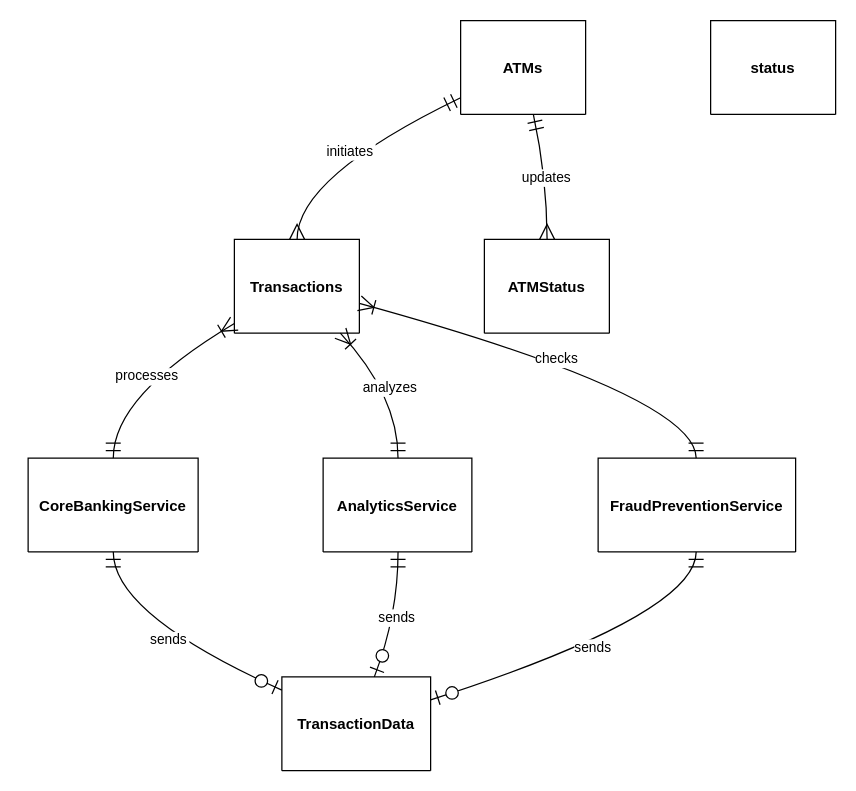
This is page "Tran-Analisys-Chain" (5 of 11) of CheckBalanceDiagram.drawio from rajeevattu/starter-rest-api, a draw.io file, before an edit. Source tidied: cells renumbered, new cells numbered last; positions are measured from the earlier drawing's top-left corner, leaving out a move shared by most shapes. Both pictures are drawn from the tidied source at 125%, with x=0, y=0 at pixel (28, 20).
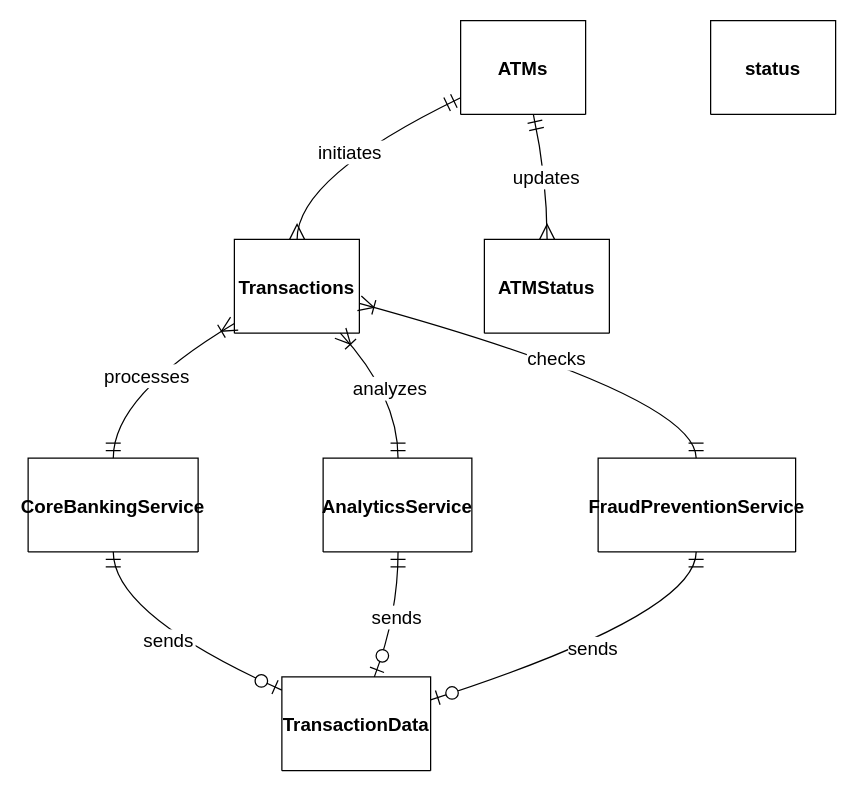
The same diagram, later.

Change to the diagram source:
```diff
@@
-    <mxCell id="2" value="ATMs" style="shape=table;startSize=75;childLayout=tableLayout;rowLines=1;fontStyle=1;align=center;" parent="1" vertex="1">
+    <mxCell id="2" value="ATMs" style="shape=table;startSize=75;childLayout=tableLayout;rowLines=1;fontStyle=1;align=center;fontSize=15;" parent="1" vertex="1">
       <mxGeometry x="346" width="100" height="75" as="geometry" />
     </mxCell>
-    <mxCell id="3" value="Transactions" style="shape=table;startSize=75;childLayout=tableLayout;rowLines=1;fontStyle=1;align=center;" parent="1" vertex="1">
+    <mxCell id="3" value="Transactions" style="shape=table;startSize=75;childLayout=tableLayout;rowLines=1;fontStyle=1;align=center;fontSize=15;" parent="1" vertex="1">
       <mxGeometry x="165" y="175" width="100" height="75" as="geometry" />
     </mxCell>
-    <mxCell id="4" value="CoreBankingService" style="shape=table;startSize=75;childLayout=tableLayout;rowLines=1;fontStyle=1;align=center;" parent="1" vertex="1">
+    <mxCell id="4" value="CoreBankingService" style="shape=table;startSize=75;childLayout=tableLayout;rowLines=1;fontStyle=1;align=center;fontSize=15;" parent="1" vertex="1">
       <mxGeometry y="350" width="136" height="75" as="geometry" />
     </mxCell>
-    <mxCell id="5" value="AnalyticsService" style="shape=table;startSize=75;childLayout=tableLayout;rowLines=1;fontStyle=1;align=center;" parent="1" vertex="1">
+    <mxCell id="5" value="AnalyticsService" style="shape=table;startSize=75;childLayout=tableLayout;rowLines=1;fontStyle=1;align=center;fontSize=15;" parent="1" vertex="1">
       <mxGeometry x="236" y="350" width="119" height="75" as="geometry" />
     </mxCell>
-    <mxCell id="6" value="FraudPreventionService" style="shape=table;startSize=75;childLayout=tableLayout;rowLines=1;fontStyle=1;align=center;" parent="1" vertex="1">
+    <mxCell id="6" value="FraudPreventionService" style="shape=table;startSize=75;childLayout=tableLayout;rowLines=1;fontStyle=1;align=center;fontSize=15;" parent="1" vertex="1">
       <mxGeometry x="456" y="350" width="158" height="75" as="geometry" />
     </mxCell>
-    <mxCell id="7" value="ATMStatus" style="shape=table;startSize=75;childLayout=tableLayout;rowLines=1;fontStyle=1;align=center;" parent="1" vertex="1">
+    <mxCell id="7" value="ATMStatus" style="shape=table;startSize=75;childLayout=tableLayout;rowLines=1;fontStyle=1;align=center;fontSize=15;" parent="1" vertex="1">
       <mxGeometry x="365" y="175" width="100" height="75" as="geometry" />
     </mxCell>
-    <mxCell id="8" value="status" style="shape=table;startSize=75;childLayout=tableLayout;rowLines=1;fontStyle=1;align=center;" parent="1" vertex="1">
+    <mxCell id="8" value="status" style="shape=table;startSize=75;childLayout=tableLayout;rowLines=1;fontStyle=1;align=center;fontSize=15;" parent="1" vertex="1">
       <mxGeometry x="546" width="100" height="75" as="geometry" />
     </mxCell>
-    <mxCell id="9" value="TransactionData" style="shape=table;startSize=75;childLayout=tableLayout;rowLines=1;fontStyle=1;align=center;" parent="1" vertex="1">
+    <mxCell id="9" value="TransactionData" style="shape=table;startSize=75;childLayout=tableLayout;rowLines=1;fontStyle=1;align=center;fontSize=15;" parent="1" vertex="1">
       <mxGeometry x="203" y="525" width="119" height="75" as="geometry" />
     </mxCell>
-    <mxCell id="10" value="initiates" style="curved=1;startArrow=ERmandOne;startSize=10;endArrow=ERmany;endSize=10;exitX=-0.00073486328125;exitY=0.8227597353233961;entryX=0.5019351959228515;entryY=0;rounded=0;" parent="1" edge="1" source="2" target="3">
+    <mxCell id="10" value="initiates" style="curved=1;startArrow=ERmandOne;startSize=10;endArrow=ERmany;endSize=10;exitX=-0.00073486328125;exitY=0.8227597353233961;entryX=0.5019351959228515;entryY=0;rounded=0;fontSize=15;" parent="1" edge="1" source="2" target="3">
       <mxGeometry relative="1" as="geometry">
         <Array as="points">
           <mxPoint x="215" y="125" />
         </Array>
       </mxGeometry>
     </mxCell>
-    <mxCell id="11" value="processes" style="curved=1;startArrow=ERoneToMany;startSize=10;endArrow=ERmandOne;endSize=10;exitX=0.0019351959228515625;exitY=0.8966455561365797;entryX=0.5009328617769129;entryY=0;rounded=0;" parent="1" edge="1" source="3" target="4">
+    <mxCell id="11" value="processes" style="curved=1;startArrow=ERoneToMany;startSize=10;endArrow=ERmandOne;endSize=10;exitX=0.0019351959228515625;exitY=0.8966455561365797;entryX=0.5009328617769129;entryY=0;rounded=0;fontSize=15;" parent="1" edge="1" source="3" target="4">
       <mxGeometry relative="1" as="geometry">
         <Array as="points">
           <mxPoint x="68" y="300" />
         </Array>
       </mxGeometry>
     </mxCell>
-    <mxCell id="12" value="analyzes" style="curved=1;startArrow=ERoneToMany;startSize=10;endArrow=ERmandOne;endSize=10;exitX=0.8479337419782366;exitY=1;entryX=0.5035841485031513;entryY=0;rounded=0;" parent="1" edge="1" source="3" target="5">
+    <mxCell id="12" value="analyzes" style="curved=1;startArrow=ERoneToMany;startSize=10;endArrow=ERmandOne;endSize=10;exitX=0.8479337419782366;exitY=1;entryX=0.5035841485031513;entryY=0;rounded=0;fontSize=15;" parent="1" edge="1" source="3" target="5">
       <mxGeometry relative="1" as="geometry">
         <Array as="points">
           <mxPoint x="296" y="300" />
         </Array>
       </mxGeometry>
     </mxCell>
-    <mxCell id="13" value="checks" style="curved=1;startArrow=ERoneToMany;startSize=10;endArrow=ERmandOne;endSize=10;exitX=1.0019351959228515;exitY=0.6827101838010632;entryX=0.4965856045107298;entryY=0;rounded=0;" parent="1" edge="1" source="3" target="6">
+    <mxCell id="13" value="checks" style="curved=1;startArrow=ERoneToMany;startSize=10;endArrow=ERmandOne;endSize=10;exitX=1.0019351959228515;exitY=0.6827101838010632;entryX=0.4965856045107298;entryY=0;rounded=0;fontSize=15;" parent="1" edge="1" source="3" target="6">
       <mxGeometry relative="1" as="geometry">
         <Array as="points">
           <mxPoint x="534" y="300" />
         </Array>
       </mxGeometry>
     </mxCell>
-    <mxCell id="14" value="updates" style="curved=1;startArrow=ERmandOne;startSize=10;endArrow=ERmany;endSize=10;exitX=0.5818380192347934;exitY=1;entryX=0.5019351959228515;entryY=0;rounded=0;" parent="1" edge="1" source="2" target="7">
+    <mxCell id="14" value="updates" style="curved=1;startArrow=ERmandOne;startSize=10;endArrow=ERmany;endSize=10;exitX=0.5818380192347934;exitY=1;entryX=0.5019351959228515;entryY=0;rounded=0;fontSize=15;" parent="1" edge="1" source="2" target="7">
       <mxGeometry relative="1" as="geometry">
         <Array as="points">
           <mxPoint x="415" y="125" />
         </Array>
       </mxGeometry>
     </mxCell>
-    <mxCell id="15" value="sends" style="curved=1;startArrow=ERmandOne;startSize=10;endArrow=ERzeroToOne;endSize=10;exitX=0.5009328617769129;exitY=1;entryX=0.003758406438747374;entryY=0.14446981593987857;rounded=0;" parent="1" edge="1" source="4" target="9">
+    <mxCell id="15" value="sends" style="curved=1;startArrow=ERmandOne;startSize=10;endArrow=ERzeroToOne;endSize=10;exitX=0.5009328617769129;exitY=1;entryX=0.003758406438747374;entryY=0.14446981593987857;rounded=0;fontSize=15;" parent="1" edge="1" source="4" target="9">
       <mxGeometry relative="1" as="geometry">
         <Array as="points">
           <mxPoint x="68" y="475" />
         </Array>
       </mxGeometry>
     </mxCell>
-    <mxCell id="16" value="sends" style="curved=1;startArrow=ERmandOne;startSize=10;endArrow=ERzeroToOne;endSize=10;exitX=0.5035841485031513;exitY=1;entryX=0.621630591934039;entryY=0;rounded=0;" parent="1" edge="1" source="5" target="9">
+    <mxCell id="16" value="sends" style="curved=1;startArrow=ERmandOne;startSize=10;endArrow=ERzeroToOne;endSize=10;exitX=0.5035841485031513;exitY=1;entryX=0.621630591934039;entryY=0;rounded=0;fontSize=15;" parent="1" edge="1" source="5" target="9">
       <mxGeometry relative="1" as="geometry">
         <Array as="points">
           <mxPoint x="296" y="475" />
         </Array>
       </mxGeometry>
     </mxCell>
-    <mxCell id="17" value="sends" style="curved=1;startArrow=ERmandOne;startSize=10;endArrow=ERzeroToOne;endSize=10;exitX=0.4965856045107298;exitY=1;entryX=1.0006060560210412;entryY=0.2453160578766089;rounded=0;" parent="1" edge="1" source="6" target="9">
+    <mxCell id="17" value="sends" style="curved=1;startArrow=ERmandOne;startSize=10;endArrow=ERzeroToOne;endSize=10;exitX=0.4965856045107298;exitY=1;entryX=1.0006060560210412;entryY=0.2453160578766089;rounded=0;fontSize=15;" parent="1" edge="1" source="6" target="9">
       <mxGeometry relative="1" as="geometry">
         <Array as="points">
           <mxPoint x="534" y="475" />
         </Array>
       </mxGeometry>
     </mxCell>
```
